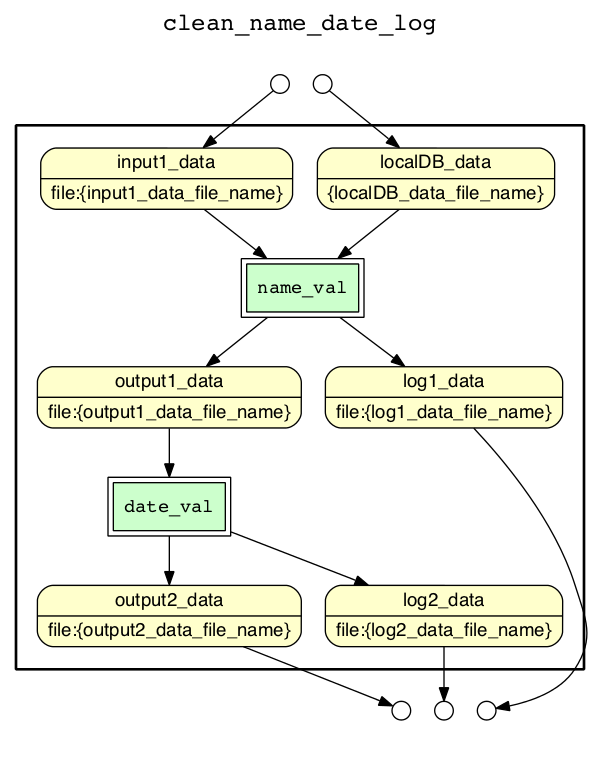
The Graphviz diagram yw/combined.png in ludaesch/kurator-YW, before a commit. Its source is kept beside it as yw/combined.gv. The source it was exported from:
```dot
digraph Workflow {
rankdir=TB
fontname=Courier; fontsize=18; labelloc=t
label=clean_name_date_log
subgraph cluster_workflow_box_outer { label=""; color=black; penwidth=2
subgraph cluster_workflow_box_inner { label=""; color=white
node[shape=box style=filled fillcolor="#CCFFCC" peripheries=1 fontname=Courier]
node[shape=box style=filled fillcolor="#CCFFCC" peripheries=2 fontname=Courier]
name_val
date_val
node[shape=box style="rounded,filled" fillcolor="#FFFFCC" peripheries=1 fontname=Helvetica]
log1_data [shape=record rankdir=LR label="{<f0> log1_data |<f1> file\:\{log1_data_file_name\}}"];
output2_data [shape=record rankdir=LR label="{<f0> output2_data |<f1> file\:\{output2_data_file_name\}}"];
log2_data [shape=record rankdir=LR label="{<f0> log2_data |<f1> file\:\{log2_data_file_name\}}"];
localDB_data [shape=record rankdir=LR label="{<f0> localDB_data |<f1> \{localDB_data_file_name\}}"];
input1_data [shape=record rankdir=LR label="{<f0> input1_data |<f1> file\:\{input1_data_file_name\}}"];
output1_data [shape=record rankdir=LR label="{<f0> output1_data |<f1> file\:\{output1_data_file_name\}}"];
node[shape=box style="rounded,filled" fillcolor="#FCFCFC" peripheries=1 fontname=Helvetica]
name_val -> output1_data
name_val -> log1_data
localDB_data -> name_val
input1_data -> name_val
date_val -> output2_data
date_val -> log2_data
output1_data -> date_val
}}
subgraph cluster_input_ports_group_outer { label=""; color=white
subgraph cluster_input_ports_group_inner { label=""; color=white
node[shape=circle style="rounded,filled" fillcolor="#FFFFFF" peripheries=1 fontname=Helvetica width=0.2]
input1_data_input_port [label=""]
localDB_data_input_port [label=""]
}}
subgraph cluster_output_ports_group_outer { label=""; color=white
subgraph cluster_output_ports_group_inner { label=""; color=white
node[shape=circle style="rounded,filled" fillcolor="#FFFFFF" peripheries=1 fontname=Helvetica width=0.2]
log1_data_output_port [label=""]
output2_data_output_port [label=""]
log2_data_output_port [label=""]
}}
input1_data_input_port -> input1_data
localDB_data_input_port -> localDB_data
log1_data -> log1_data_output_port
output2_data -> output2_data_output_port
log2_data -> log2_data_output_port
}
```
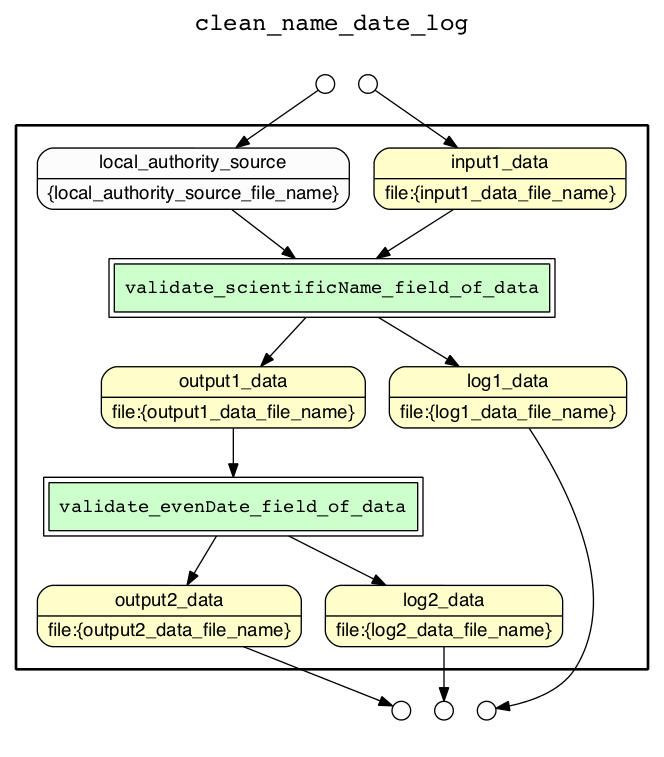
Later version of the same file.

Change to the diagram source:
```diff
@@ -6,29 +6,29 @@
 subgraph cluster_workflow_box_inner { label=""; color=white
 node[shape=box style=filled fillcolor="#CCFFCC" peripheries=1 fontname=Courier]
 node[shape=box style=filled fillcolor="#CCFFCC" peripheries=2 fontname=Courier]
-name_val
-date_val
+validate_scientificName_field_of_data
+validate_evenDate_field_of_data
 node[shape=box style="rounded,filled" fillcolor="#FFFFCC" peripheries=1 fontname=Helvetica]
 log1_data [shape=record rankdir=LR label="{<f0> log1_data |<f1> file\:\{log1_data_file_name\}}"];
 output2_data [shape=record rankdir=LR label="{<f0> output2_data |<f1> file\:\{output2_data_file_name\}}"];
 log2_data [shape=record rankdir=LR label="{<f0> log2_data |<f1> file\:\{log2_data_file_name\}}"];
-localDB_data [shape=record rankdir=LR label="{<f0> localDB_data |<f1> \{localDB_data_file_name\}}"];
 input1_data [shape=record rankdir=LR label="{<f0> input1_data |<f1> file\:\{input1_data_file_name\}}"];
 output1_data [shape=record rankdir=LR label="{<f0> output1_data |<f1> file\:\{output1_data_file_name\}}"];
 node[shape=box style="rounded,filled" fillcolor="#FCFCFC" peripheries=1 fontname=Helvetica]
-name_val -> output1_data
-name_val -> log1_data
-localDB_data -> name_val
-input1_data -> name_val
-date_val -> output2_data
-date_val -> log2_data
-output1_data -> date_val
+local_authority_source [shape=record rankdir=LR label="{<f0> local_authority_source |<f1> \{local_authority_source_file_name\}}"];
+validate_scientificName_field_of_data -> output1_data
+validate_scientificName_field_of_data -> log1_data
+local_authority_source -> validate_scientificName_field_of_data
+input1_data -> validate_scientificName_field_of_data
+validate_evenDate_field_of_data -> output2_data
+validate_evenDate_field_of_data -> log2_data
+output1_data -> validate_evenDate_field_of_data
 }}
 subgraph cluster_input_ports_group_outer { label=""; color=white
 subgraph cluster_input_ports_group_inner { label=""; color=white
 node[shape=circle style="rounded,filled" fillcolor="#FFFFFF" peripheries=1 fontname=Helvetica width=0.2]
 input1_data_input_port [label=""]
-localDB_data_input_port [label=""]
+local_authority_source_input_port [label=""]
 }}
 subgraph cluster_output_ports_group_outer { label=""; color=white
 subgraph cluster_output_ports_group_inner { label=""; color=white
@@ -38,7 +38,7 @@
 log2_data_output_port [label=""]
 }}
 input1_data_input_port -> input1_data
-localDB_data_input_port -> localDB_data
+local_authority_source_input_port -> local_authority_source
 log1_data -> log1_data_output_port
 output2_data -> output2_data_output_port
 log2_data -> log2_data_output_port
```
